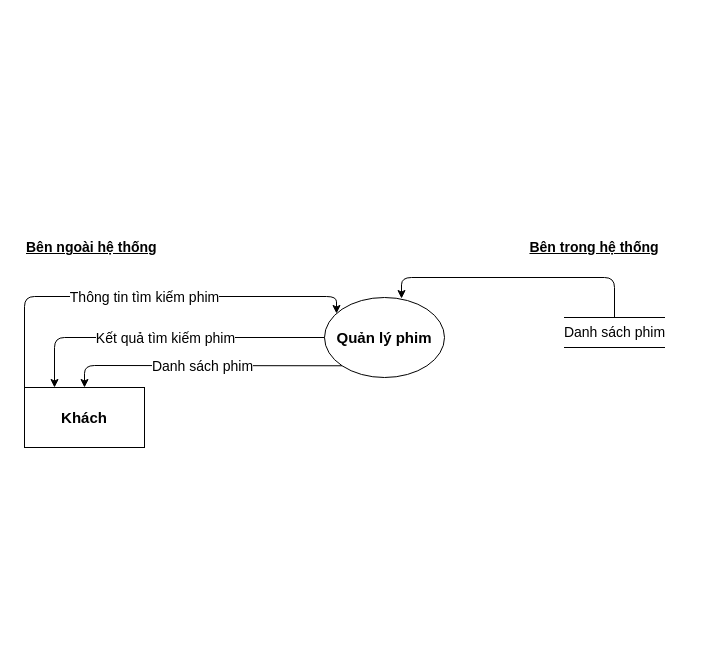
This is Diagrams/Sơ đồ DFD của QL Phim/KhachHang.drawio from Raynor-legend/Cinema, a draw.io file, before an edit. Source tidied: cells renumbered, new cells numbered last; positions are measured from the earlier drawing's top-left corner, leaving out a move shared by most shapes. Both pictures are drawn from the tidied source at 100%, with x=0, y=0 at pixel (24, 237).
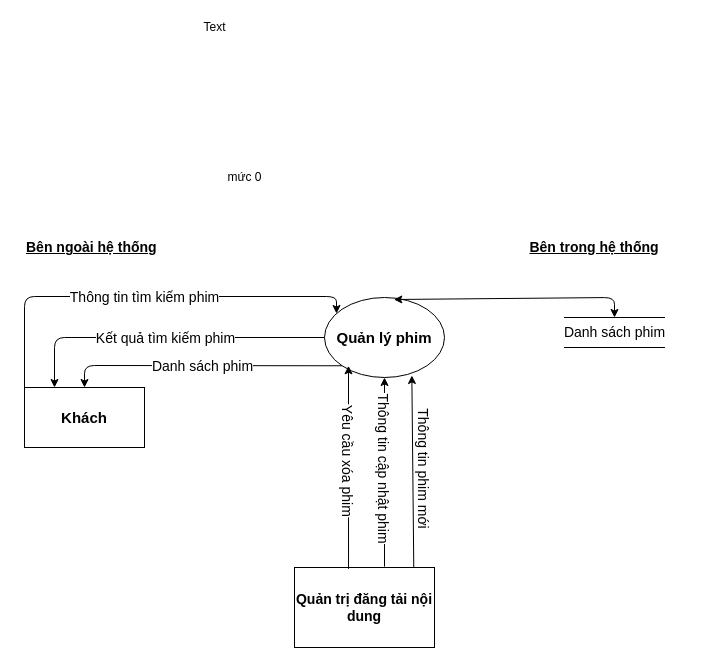
After the change.

Unchanged cells that the change refers to:
```xml
<mxCell id="3" value="&lt;font style=&quot;font-size: 15px&quot;&gt;&lt;b&gt;Quản lý phim&lt;/b&gt;&lt;/font&gt;" style="ellipse;whiteSpace=wrap;html=1;" parent="1" vertex="1">
  <mxGeometry x="300" y="60" width="120" height="80" as="geometry" />
</mxCell>
<mxCell id="13" value="Danh sách phim" style="html=1;dashed=0;whitespace=wrap;shape=partialRectangle;right=0;left=0;fontSize=14;" parent="1" vertex="1">
  <mxGeometry x="540" y="80" width="100" height="30" as="geometry" />
</mxCell>
```

The edit, as a diff of the source:
```diff
@@
-    <mxCell id="12" style="endArrow=classic;html=1;fontSize=14;entryX=0.642;entryY=0.013;entryDx=0;entryDy=0;entryPerimeter=0;" parent="1" edge="1" target="3">
-      <mxGeometry relative="1" as="geometry">
-        <mxPoint x="590" y="80" as="sourcePoint" />
-        <Array as="points">
-          <mxPoint x="590" y="40" />
-          <mxPoint x="377" y="40" />
-        </Array>
-      </mxGeometry>
-    </mxCell>
@@
+    <mxCell id="14" value="&lt;b&gt;Quản trị đăng tải nội dung&lt;/b&gt;" style="rounded=0;whiteSpace=wrap;html=1;fontSize=14;" parent="1" vertex="1">
+      <mxGeometry x="270" y="330" width="140" height="80" as="geometry" />
+    </mxCell>
+    <mxCell id="15" style="endArrow=classic;html=1;fontSize=14;exitX=0.386;exitY=0.017;exitDx=0;exitDy=0;entryX=0;entryY=1;entryDx=0;entryDy=0;exitPerimeter=0;" parent="1" edge="1" source="14">
+      <mxGeometry relative="1" as="geometry">
+        <mxPoint x="324" y="128.3" as="targetPoint" />
+      </mxGeometry>
+    </mxCell>
+    <mxCell id="16" value="&lt;span style=&quot;font-size: 14px ; text-align: left&quot;&gt;Yêu cầu xóa phim&lt;/span&gt;" style="edgeLabel;html=1;align=center;verticalAlign=middle;rotation=90;" parent="15" vertex="1">
+      <mxGeometry x="0.26" relative="1" as="geometry">
+        <mxPoint y="19" as="offset" />
+      </mxGeometry>
+    </mxCell>
+    <mxCell id="17" style="endArrow=classic;html=1;fontSize=14;entryX=0.5;entryY=1;entryDx=0;entryDy=0;exitX=0.643;exitY=-0.011;exitDx=0;exitDy=0;exitPerimeter=0;" parent="1" edge="1" source="14" target="3">
+      <mxGeometry relative="1" as="geometry" />
+    </mxCell>
+    <mxCell id="18" value="Thông tin cập nhật phim" style="edgeLabel;html=1;align=center;verticalAlign=middle;fontSize=14;rotation=90;" parent="17" vertex="1">
+      <mxGeometry relative="1" as="geometry">
+        <mxPoint y="-4.1" as="offset" />
+      </mxGeometry>
+    </mxCell>
+    <mxCell id="19" value="&lt;font style=&quot;font-size: 14px&quot;&gt;Thông tin phim mới&lt;/font&gt;" style="edgeLabel;html=1;align=center;verticalAlign=middle;rotation=90;" parent="1" vertex="1">
+      <mxGeometry x="400" y="230" as="geometry" />
+    </mxCell>
+    <mxCell id="20" style="endArrow=classic;html=1;entryX=0.728;entryY=0.975;entryDx=0;entryDy=0;entryPerimeter=0;exitX=0.852;exitY=0;exitDx=0;exitDy=0;exitPerimeter=0;" parent="1" edge="1" source="14" target="3">
+      <mxGeometry relative="1" as="geometry" />
+    </mxCell>
+    <mxCell id="21" style="endArrow=classic;startArrow=classic;html=1;entryX=0.5;entryY=0;entryDx=0;entryDy=0;exitX=0.578;exitY=0.025;exitDx=0;exitDy=0;exitPerimeter=0;" parent="1" edge="1" source="3" target="13">
+      <mxGeometry relative="1" as="geometry">
+        <Array as="points">
+          <mxPoint x="590" y="60" />
+        </Array>
+      </mxGeometry>
+    </mxCell>
+    <mxCell id="22" value="Text" style="text;html=1;align=center;verticalAlign=middle;" parent="1" vertex="1">
+      <mxGeometry x="170" y="-220" width="40" height="20" as="geometry" />
+    </mxCell>
+    <mxCell id="23" value="mức 0" style="text;html=1;align=center;verticalAlign=middle;" parent="1" vertex="1">
+      <mxGeometry x="195" y="-70" width="50" height="20" as="geometry" />
+    </mxCell>
```
